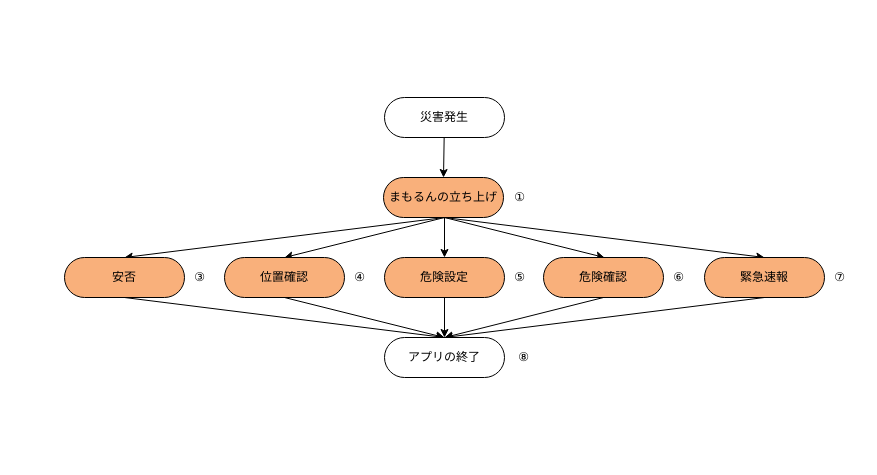
proconmamorun/government keeps this draw.io diagram as .idea/DisasterOccursGovernment.drawio. Above is the earlier version. Source tidied: cells renumbered, new cells numbered last; positions are measured from the earlier drawing's top-left corner, leaving out a move shared by most shapes. Both pictures are drawn from the tidied source at 100%, with x=0, y=0 at pixel (64, 97).
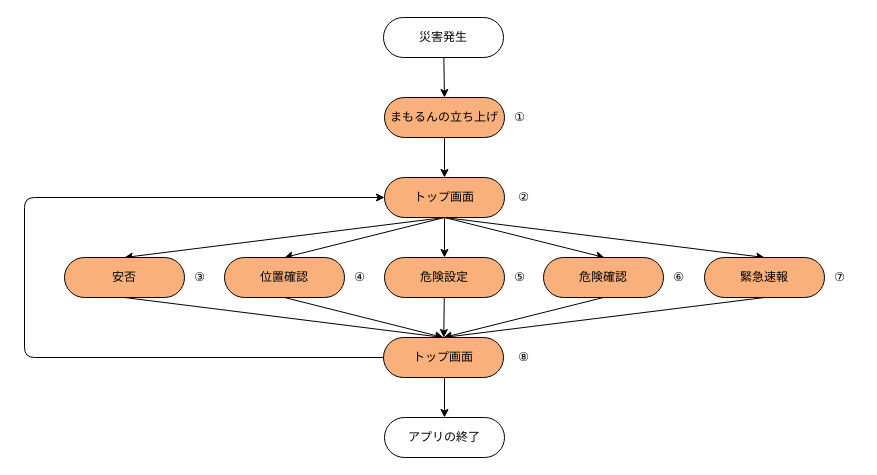
Above is the later version.

Commit message (it also covers changes not shown here):
同じIDの場合上書きされるようにした

The change refers to these unchanged cells:
```xml
<mxCell id="11" value="&lt;font color=&quot;#000000&quot;&gt;危険確認&lt;/font&gt;" style="whiteSpace=wrap;html=1;rounded=1;arcSize=50;fillColor=#F9B07B;strokeWidth=1;strokeColor=#000000;" parent="1" vertex="1">
  <mxGeometry x="479" y="160" width="120" height="40" as="geometry" />
</mxCell>
<mxCell id="13" value="&lt;font color=&quot;#000000&quot;&gt;安否&lt;/font&gt;" style="whiteSpace=wrap;html=1;rounded=1;arcSize=50;fillColor=#F9B07B;strokeWidth=1;strokeColor=#000000;" parent="1" vertex="1">
  <mxGeometry y="160" width="120" height="40" as="geometry" />
</mxCell>
<mxCell id="15" value="&lt;font color=&quot;#000000&quot;&gt;危険設定&lt;/font&gt;" style="whiteSpace=wrap;html=1;rounded=1;arcSize=50;fillColor=#F9B07B;strokeWidth=1;strokeColor=#000000;" parent="1" vertex="1">
  <mxGeometry x="320" y="160" width="120" height="40" as="geometry" />
</mxCell>
<mxCell id="17" value="&lt;font color=&quot;#000000&quot;&gt;位置確認&lt;br&gt;&lt;/font&gt;" style="whiteSpace=wrap;html=1;rounded=1;arcSize=50;fillColor=#F9B07B;strokeWidth=1;strokeColor=#000000;" parent="1" vertex="1">
  <mxGeometry x="160" y="160" width="120" height="40" as="geometry" />
</mxCell>
<mxCell id="23" value="&lt;font color=&quot;#000000&quot;&gt;緊急速報&lt;/font&gt;" style="whiteSpace=wrap;html=1;rounded=1;arcSize=50;fillColor=#F9B07B;strokeWidth=1;strokeColor=#000000;" parent="1" vertex="1">
  <mxGeometry x="640" y="160" width="120" height="40" as="geometry" />
</mxCell>
```

The edit, as a diff of the source:
```diff
@@
-    <mxCell id="8" value="&lt;font color=&quot;#000000&quot;&gt;災害発生&lt;/font&gt;" style="whiteSpace=wrap;html=1;rounded=1;arcSize=50;fillColor=#FFFFFF;strokeWidth=1;strokeColor=#000000;" parent="1" vertex="1">
-      <mxGeometry x="320" width="120" height="40" as="geometry" />
+    <mxCell id="8" value="&lt;font color=&quot;#000000&quot;&gt;災害発生&lt;/font&gt;" style="whiteSpace=wrap;html=1;rounded=1;arcSize=50;fillColor=none;strokeWidth=1;strokeColor=#000000;" parent="1" vertex="1">
+      <mxGeometry x="319" y="-80" width="120" height="40" as="geometry" />
     </mxCell>
@@
-    <mxCell id="10" style="edgeStyle=none;html=1;entryX=0.5;entryY=0;entryDx=0;entryDy=0;strokeColor=#000000;fontColor=#000000;exitX=0.5;exitY=1;exitDx=0;exitDy=0;" parent="1" edge="1" source="11" target="25">
+    <mxCell id="10" style="edgeStyle=none;html=1;entryX=0.5;entryY=0;entryDx=0;entryDy=0;strokeColor=#000000;fontColor=#000000;exitX=0.5;exitY=1;exitDx=0;exitDy=0;" parent="1" edge="1" source="11" target="35">
       <mxGeometry relative="1" as="geometry" />
     </mxCell>
@@
-    <mxCell id="12" style="edgeStyle=none;html=1;entryX=0.5;entryY=0;entryDx=0;entryDy=0;strokeColor=#000000;fontColor=#000000;exitX=0.5;exitY=1;exitDx=0;exitDy=0;" parent="1" edge="1" source="13" target="25">
+    <mxCell id="12" style="edgeStyle=none;html=1;entryX=0.5;entryY=0;entryDx=0;entryDy=0;strokeColor=#000000;fontColor=#000000;exitX=0.5;exitY=1;exitDx=0;exitDy=0;" parent="1" edge="1" source="13" target="35">
       <mxGeometry relative="1" as="geometry" />
     </mxCell>
@@
-    <mxCell id="14" style="edgeStyle=none;html=1;entryX=0.5;entryY=0;entryDx=0;entryDy=0;fontColor=#000000;strokeColor=#000000;" parent="1" edge="1" source="15" target="25">
-      <mxGeometry relative="1" as="geometry" />
-    </mxCell>
+    <mxCell id="29" style="edgeStyle=none;html=1;strokeColor=#000000;" parent="1" edge="1" source="15" target="35">
+      <mxGeometry relative="1" as="geometry" />
+    </mxCell>
@@
-    <mxCell id="16" style="edgeStyle=none;html=1;entryX=0.5;entryY=0;entryDx=0;entryDy=0;strokeColor=#000000;fontColor=#000000;exitX=0.5;exitY=1;exitDx=0;exitDy=0;" parent="1" edge="1" source="17" target="25">
+    <mxCell id="16" style="edgeStyle=none;html=1;entryX=0.5;entryY=0;entryDx=0;entryDy=0;strokeColor=#000000;fontColor=#000000;exitX=0.5;exitY=1;exitDx=0;exitDy=0;" parent="1" edge="1" source="17" target="35">
       <mxGeometry relative="1" as="geometry" />
     </mxCell>
@@
-    <mxCell id="22" style="edgeStyle=none;html=1;entryX=0.5;entryY=0;entryDx=0;entryDy=0;strokeColor=#000000;fontColor=#000000;exitX=0.5;exitY=1;exitDx=0;exitDy=0;" parent="1" edge="1" source="23" target="25">
+    <mxCell id="22" style="edgeStyle=none;html=1;entryX=0.5;entryY=0;entryDx=0;entryDy=0;strokeColor=#000000;fontColor=#000000;exitX=0.5;exitY=1;exitDx=0;exitDy=0;" parent="1" edge="1" source="23" target="35">
       <mxGeometry relative="1" as="geometry" />
     </mxCell>
@@
     <mxCell id="25" value="&lt;font color=&quot;#000000&quot;&gt;アプリの終了&lt;/font&gt;" style="whiteSpace=wrap;html=1;rounded=1;arcSize=50;fillColor=#FFFFFF;strokeWidth=1;strokeColor=#000000;" parent="1" vertex="1">
-      <mxGeometry x="320" y="240" width="120" height="40" as="geometry" />
+      <mxGeometry x="320" y="320" width="120" height="40" as="geometry" />
     </mxCell>
@@
+    <mxCell id="30" style="edgeStyle=none;html=1;strokeColor=#000000;" parent="1" edge="1" source="27" target="31">
+      <mxGeometry relative="1" as="geometry" />
+    </mxCell>
     <mxCell id="27" value="&lt;font color=&quot;#000000&quot;&gt;まもるんの立ち上げ&lt;br&gt;&lt;/font&gt;" style="whiteSpace=wrap;html=1;rounded=1;arcSize=50;fillColor=#F9B07B;strokeWidth=1;strokeColor=#000000;" parent="1" vertex="1">
-      <mxGeometry x="319" y="80" width="120" height="40" as="geometry" />
+      <mxGeometry x="320" width="120" height="40" as="geometry" />
     </mxCell>
     <mxCell id="28" value="①" style="text;html=1;align=center;verticalAlign=middle;strokeColor=none;fillColor=none;fontColor=#000000;" parent="1" vertex="1">
-      <mxGeometry x="435" y="85" width="40" height="30" as="geometry" />
+      <mxGeometry x="435" y="5" width="40" height="30" as="geometry" />
     </mxCell>
+    <mxCell id="31" value="&lt;font color=&quot;#000000&quot;&gt;トップ画面&lt;br&gt;&lt;/font&gt;" style="whiteSpace=wrap;html=1;rounded=1;arcSize=50;fillColor=#F9B07B;strokeWidth=1;strokeColor=#000000;" parent="1" vertex="1">
+      <mxGeometry x="320" y="80" width="120" height="40" as="geometry" />
+    </mxCell>
+    <mxCell id="32" value="②" style="text;html=1;align=center;verticalAlign=middle;strokeColor=none;fillColor=none;fontColor=#000000;" parent="1" vertex="1">
+      <mxGeometry x="439" y="85" width="40" height="30" as="geometry" />
+    </mxCell>
+    <mxCell id="33" style="edgeStyle=none;html=1;strokeColor=#000000;entryX=0.5;entryY=0;entryDx=0;entryDy=0;" parent="1" edge="1" target="25">
+      <mxGeometry relative="1" as="geometry">
+        <mxPoint x="380" y="280" as="sourcePoint" />
+      </mxGeometry>
+    </mxCell>
+    <mxCell id="34" style="edgeStyle=none;html=1;strokeColor=#000000;entryX=0;entryY=0.5;entryDx=0;entryDy=0;" parent="1" edge="1" source="35" target="31">
+      <mxGeometry relative="1" as="geometry">
+        <Array as="points">
+          <mxPoint x="-40" y="260" />
+          <mxPoint x="-40" y="100" />
+        </Array>
+      </mxGeometry>
+    </mxCell>
+    <mxCell id="35" value="&lt;font color=&quot;#000000&quot;&gt;トップ画面&lt;br&gt;&lt;/font&gt;" style="whiteSpace=wrap;html=1;rounded=1;arcSize=50;fillColor=#F9B07B;strokeWidth=1;strokeColor=#000000;" parent="1" vertex="1">
+      <mxGeometry x="319" y="240" width="120" height="40" as="geometry" />
+    </mxCell>
```
